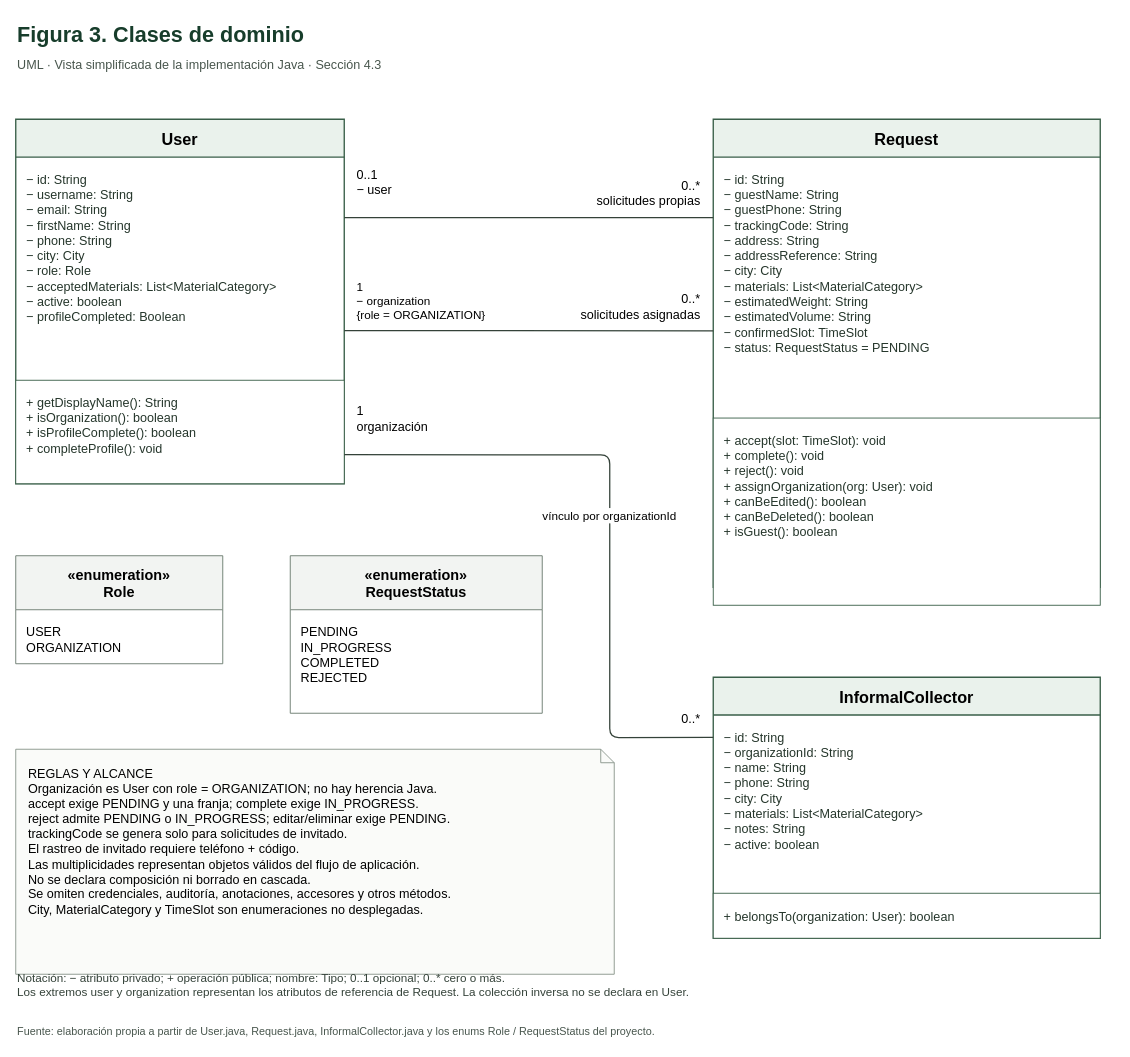
fedegonc/residuosolido keeps this draw.io diagram as docs/diagrams/figura3-clases.drawio. Above is the earlier version. Source tidied: cells renumbered, new cells numbered last; positions are measured from the earlier drawing's top-left corner, leaving out a move shared by most shapes. Both pictures are drawn from the tidied source at 90%, with x=0, y=0 at pixel (15, 15).
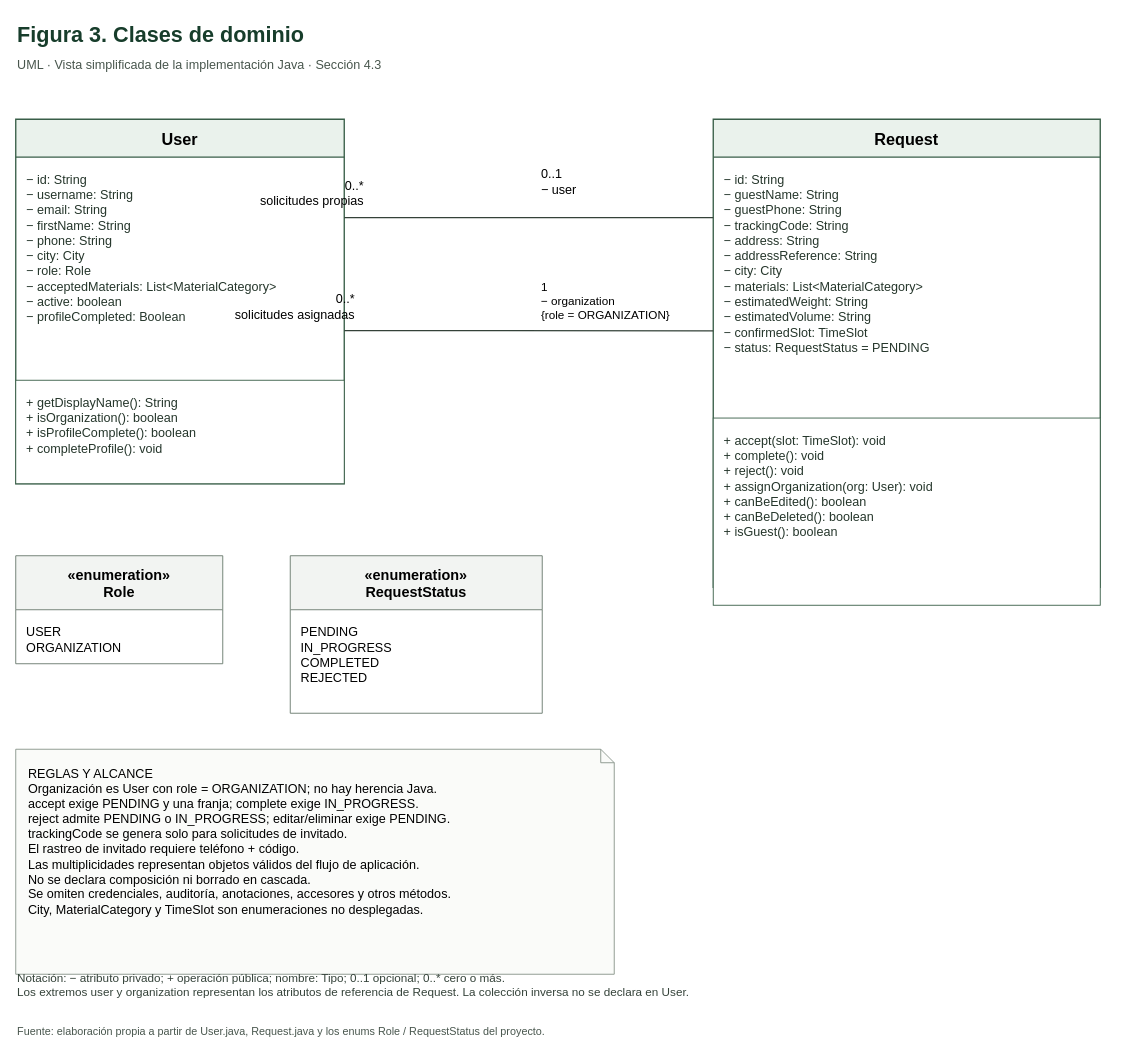
The same diagram, later.

The change refers to these unchanged cells:
```xml
<mxCell id="4" value="User" style="swimlane;startSize=42;horizontal=1;rounded=0;html=0;fontFamily=Helvetica;fontSize=18;fontStyle=1;fillColor=#eaf2ec;swimlaneFillColor=#ffffff;strokeColor=#395e48;strokeWidth=1.5;" parent="1" vertex="1">
  <mxGeometry y="115" width="365" height="405" as="geometry" />
</mxCell>
<mxCell id="7" value="Request" style="swimlane;startSize=42;horizontal=1;rounded=0;html=0;fontFamily=Helvetica;fontSize=18;fontStyle=1;fillColor=#eaf2ec;swimlaneFillColor=#ffffff;strokeColor=#395e48;strokeWidth=1.5;" parent="1" vertex="1">
  <mxGeometry x="775" y="115" width="430" height="520" as="geometry" />
</mxCell>
```

Diff of the diagram source:
```diff
@@
-    <mxCell id="10" value="InformalCollector" style="swimlane;startSize=42;horizontal=1;rounded=0;html=0;fontFamily=Helvetica;fontSize=18;fontStyle=1;fillColor=#eaf2ec;swimlaneFillColor=#ffffff;strokeColor=#395e48;strokeWidth=1.5;" parent="1" vertex="1">
-      <mxGeometry x="775" y="735" width="430" height="290" as="geometry" />
-    </mxCell>
-    <mxCell id="11" value="− id: String&#10;− organizationId: String&#10;− name: String&#10;− phone: String&#10;− city: City&#10;− materials: List&lt;MaterialCategory&gt;&#10;− notes: String&#10;− active: boolean" style="text;html=0;align=left;verticalAlign=top;spacing=12;fontFamily=Helvetica;fontSize=14;fontColor=#25362b;" parent="10" vertex="1">
-      <mxGeometry y="42" width="430" height="198" as="geometry" />
-    </mxCell>
-    <mxCell id="12" value="+ belongsTo(organization: User): boolean" style="rounded=0;html=0;align=left;verticalAlign=middle;spacing=12;fontFamily=Helvetica;fontSize=14;fontColor=#25362b;fillColor=#ffffff;strokeColor=#395e48;" parent="10" vertex="1">
-      <mxGeometry y="240" width="430" height="50" as="geometry" />
-    </mxCell>
-    <mxCell id="13" style="endArrow=none;startArrow=none;strokeColor=#344239;strokeWidth=1.4;exitX=1;exitY=0.27;entryX=0;entryY=0.21;exitX=1.0;exitY=0.27;exitDx=0;exitDy=0;exitPerimeter=0;entryX=0.0;entryY=0.21;entryDx=0;entryDy=0;entryPerimeter=0;" parent="1" edge="1" source="4" target="7">
+    <mxCell id="13" style="endArrow=none;startArrow=none;strokeColor=#344239;strokeWidth=1.4;exitX=1;exitY=0.27;entryX=0;entryY=0.21;exitX=1.0;exitY=0.27;exitDx=0;exitDy=0;exitPerimeter=0;entryX=0.0;entryY=0.21;entryDx=0;entryDy=0;entryPerimeter=0;exitX=1.0;exitY=0.27;exitDx=0;exitDy=0;exitPerimeter=0;entryX=0.0;entryY=0.21;entryDx=0;entryDy=0;entryPerimeter=0;" parent="1" edge="1" source="4" target="7">
       <mxGeometry relative="1" as="geometry" />
     </mxCell>
     <mxCell id="14" value="0..1&#10;− user" style="text;html=0;fontFamily=Helvetica;fontSize=14;align=left;" parent="13" vertex="1">
-      <mxGeometry x="-1" width="195" height="55" relative="1" as="geometry">
+      <mxGeometry relative="1" as="geometry">
         <mxPoint x="12" y="-63" as="offset" />
       </mxGeometry>
     </mxCell>
     <mxCell id="15" value="0..*&#10;solicitudes propias" style="text;html=0;fontFamily=Helvetica;fontSize=14;align=right;" parent="13" vertex="1">
-      <mxGeometry x="1" width="170" height="40" relative="1" as="geometry">
+      <mxGeometry relative="1" as="geometry">
         <mxPoint x="-182" y="-50" as="offset" />
       </mxGeometry>
     </mxCell>
-    <mxCell id="16" style="endArrow=none;startArrow=none;strokeColor=#344239;strokeWidth=1.4;exitX=1;exitY=0.58;entryX=0;entryY=0.452;exitX=1.0;exitY=0.58;exitDx=0;exitDy=0;exitPerimeter=0;entryX=0.0;entryY=0.452;entryDx=0;entryDy=0;entryPerimeter=0;" parent="1" edge="1" source="4" target="7">
+    <mxCell id="16" style="endArrow=none;startArrow=none;strokeColor=#344239;strokeWidth=1.4;exitX=1;exitY=0.58;entryX=0;entryY=0.452;exitX=1.0;exitY=0.58;exitDx=0;exitDy=0;exitPerimeter=0;entryX=0.0;entryY=0.452;entryDx=0;entryDy=0;entryPerimeter=0;exitX=1.0;exitY=0.58;exitDx=0;exitDy=0;exitPerimeter=0;entryX=0.0;entryY=0.452;entryDx=0;entryDy=0;entryPerimeter=0;" parent="1" edge="1" source="4" target="7">
       <mxGeometry relative="1" as="geometry" />
     </mxCell>
     <mxCell id="17" value="1&#10;− organization&#10;{role = ORGANIZATION}" style="text;html=0;fontFamily=Helvetica;fontSize=13;align=left;" parent="16" vertex="1">
-      <mxGeometry x="-1" width="195" height="55" relative="1" as="geometry">
+      <mxGeometry relative="1" as="geometry">
         <mxPoint x="12" y="-63" as="offset" />
       </mxGeometry>
     </mxCell>
     <mxCell id="18" value="0..*&#10;solicitudes asignadas" style="text;html=0;fontFamily=Helvetica;fontSize=14;align=right;" parent="16" vertex="1">
-      <mxGeometry x="1" width="180" height="40" relative="1" as="geometry">
+      <mxGeometry relative="1" as="geometry">
         <mxPoint x="-192" y="-50" as="offset" />
       </mxGeometry>
     </mxCell>
-    <mxCell id="19" value="vínculo por organizationId" style="endArrow=none;startArrow=none;html=0;fontFamily=Helvetica;fontSize=13;labelBackgroundColor=#ffffff;strokeColor=#344239;strokeWidth=1.4;exitX=1;exitY=0.92;entryX=0;entryY=0.23;exitX=1.0;exitY=0.92;exitDx=0;exitDy=0;exitPerimeter=0;entryX=0.0;entryY=0.23;entryDx=0;entryDy=0;entryPerimeter=0;" parent="1" edge="1" source="4" target="10">
-      <mxGeometry relative="1" as="geometry">
-        <Array as="points">
-          <mxPoint x="660" y="488" />
-          <mxPoint x="660" y="802" />
-        </Array>
-      </mxGeometry>
-    </mxCell>
-    <mxCell id="20" value="1&#10;organización" style="text;html=0;fontFamily=Helvetica;fontSize=14;align=left;" parent="19" vertex="1">
-      <mxGeometry x="-1" width="195" height="55" relative="1" as="geometry">
-        <mxPoint x="12" y="-63" as="offset" />
-      </mxGeometry>
-    </mxCell>
-    <mxCell id="21" value="0..*" style="text;html=0;fontFamily=Helvetica;fontSize=14;align=right;" parent="19" vertex="1">
-      <mxGeometry x="1" width="65" height="25" relative="1" as="geometry">
-        <mxPoint x="-77" y="-35" as="offset" />
-      </mxGeometry>
-    </mxCell>
@@
-    <mxCell id="28" value="Fuente: elaboración propia a partir de User.java, Request.java, InformalCollector.java y los enums Role / RequestStatus del proyecto." style="text;html=0;whiteSpace=wrap;align=left;fontFamily=Helvetica;fontSize=12;fontColor=#48564d;" parent="1" vertex="1">
+    <mxCell id="28" value="Fuente: elaboración propia a partir de User.java, Request.java y los enums Role / RequestStatus del proyecto." style="text;html=0;whiteSpace=wrap;align=left;fontFamily=Helvetica;fontSize=12;fontColor=#48564d;" parent="1" vertex="1">
       <mxGeometry y="1115" width="1220" height="25" as="geometry" />
     </mxCell>
```
